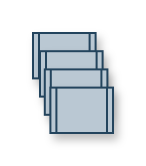
hiyoko3/splat-capsule-simulator keeps this draw.io diagram as page "sticker" (13 of 21) of doc/splat-capsule.drawio. Above is the earlier version. Source tidied: cells renumbered, new cells numbered last; positions are measured from the earlier drawing's top-left corner, leaving out a move shared by most shapes. Both pictures are drawn from the tidied source at 200%, with x=0, y=0 at pixel (32, 32).
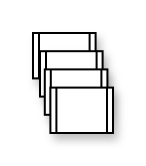
Above is the later version.

The edit, as a diff of the source:
```diff
@@
 <mxGraphModel>
   <root>
     <mxCell id="0" />
     <mxCell id="1" parent="0" />
-    <mxCell id="2" style="group;fillColor=none;strokeColor=none;" parent="1" vertex="1">
+    <mxCell id="2" style="group;" parent="1" vertex="1">
       <mxGeometry width="40" height="50" as="geometry" />
     </mxCell>
-    <mxCell id="3" style="shape=process;whiteSpace=wrap;html=1;backgroundOutline=1;rounded=0;shadow=1;sketch=0;rotation=0;fillColor=#bac8d3;strokeColor=#23445d;" parent="2" vertex="1">
+    <mxCell id="3" style="shape=process;whiteSpace=wrap;html=1;backgroundOutline=1;rounded=0;shadow=1;sketch=0;rotation=0;" parent="2" vertex="1">
       <mxGeometry width="31.3" height="22.7" as="geometry" />
     </mxCell>
-    <mxCell id="4" style="shape=process;whiteSpace=wrap;html=1;backgroundOutline=1;rounded=0;shadow=1;sketch=0;rotation=0;fillColor=#bac8d3;strokeColor=#23445d;" parent="2" vertex="1">
+    <mxCell id="4" style="shape=process;whiteSpace=wrap;html=1;backgroundOutline=1;rounded=0;shadow=1;sketch=0;rotation=0;" parent="2" vertex="1">
       <mxGeometry x="3.5" y="9.1" width="31.3" height="22.7" as="geometry" />
     </mxCell>
-    <mxCell id="5" style="shape=process;whiteSpace=wrap;html=1;backgroundOutline=1;rounded=0;shadow=1;sketch=0;rotation=0;fillColor=#bac8d3;strokeColor=#23445d;" parent="2" vertex="1">
+    <mxCell id="5" style="shape=process;whiteSpace=wrap;html=1;backgroundOutline=1;rounded=0;shadow=1;sketch=0;rotation=0;" parent="2" vertex="1">
       <mxGeometry x="5.9" y="18.2" width="31.3" height="22.7" as="geometry" />
     </mxCell>
-    <mxCell id="6" style="shape=process;whiteSpace=wrap;html=1;backgroundOutline=1;rounded=0;shadow=1;sketch=0;rotation=0;fillColor=#bac8d3;strokeColor=#23445d;" parent="2" vertex="1">
+    <mxCell id="6" style="shape=process;whiteSpace=wrap;html=1;backgroundOutline=1;rounded=0;shadow=1;sketch=0;rotation=0;" parent="2" vertex="1">
       <mxGeometry x="8.7" y="27.3" width="31.3" height="22.7" as="geometry" />
     </mxCell>
   </root>
 </mxGraphModel>
```
